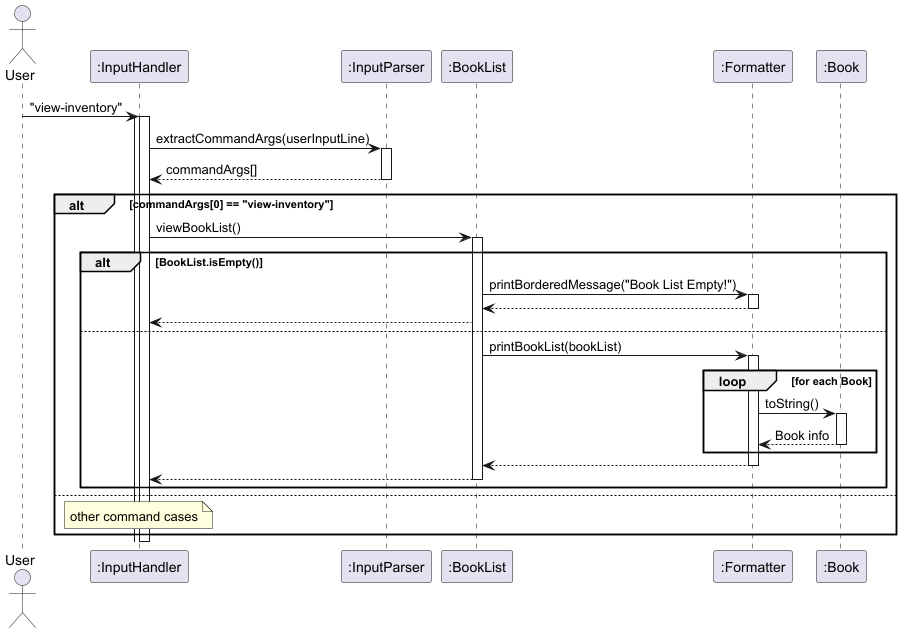
The PlantUML diagram docs/images/viewInventory.png in AY2425S2-CS2113-T12-2/tp, before a commit.
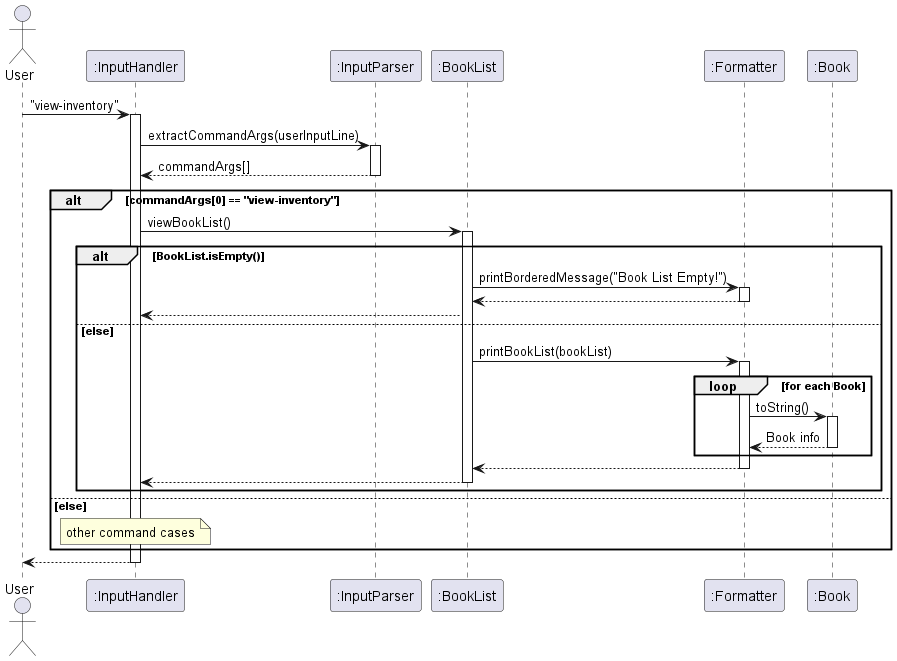
After the commit.

Commit message:
Update UML diagrams for viewInventory, viewLoans

Change to the diagram source:
```diff
@@ -9,7 +9,6 @@
 
 User -> InputHandler: "view-inventory"
 activate InputHandler
-    activate InputHandler
     InputHandler -> InputParser: extractCommandArgs(userInputLine)
     activate InputParser
     InputParser --> InputHandler: commandArgs[]
@@ -23,8 +22,7 @@
             Formatter --> BookList
             deactivate Formatter
             BookList --> InputHandler
-        else
-
+        else else
             BookList -> Formatter: printBookList(bookList)
             activate Formatter
                 loop for each Book
@@ -38,11 +36,12 @@
         BookList --> InputHandler
         deactivate BookList
         end
-    else
+    else else
     note over InputHandler
     other command cases
     end note
 end
+InputHandler --> User
 deactivate InputHandler
 
 @enduml
```
